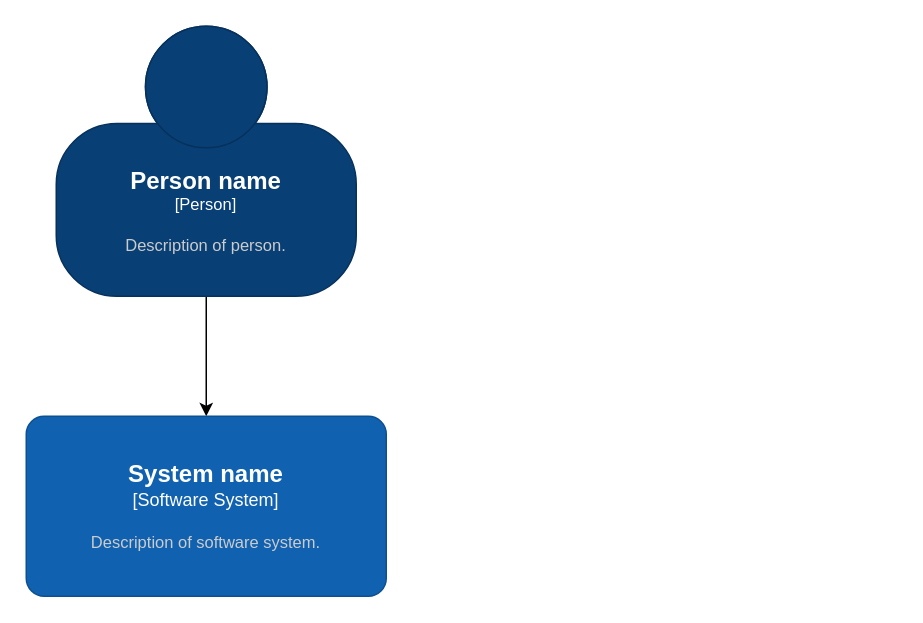
tsiangleo/notes keeps this draw.io diagram as 未命名绘图.drawio. Above is the earlier version. Source tidied: cells renumbered, new cells numbered last; positions are measured from the earlier drawing's top-left corner, leaving out a move shared by most shapes. Both pictures are drawn from the tidied source at 150%, with x=0, y=0 at pixel (26, 26).
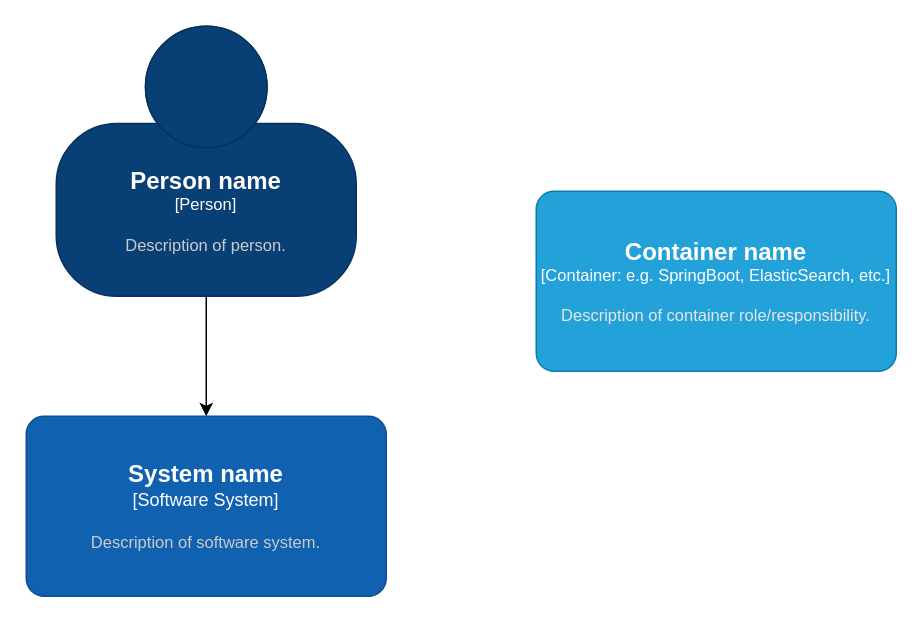
Above is the later version.

Change to the diagram source:
```diff
@@
 <mxGraphModel>
   <root>
     <mxCell id="0" />
     <mxCell id="1" parent="0" />
     <mxCell id="2" style="edgeStyle=orthogonalEdgeStyle;rounded=0;jettySize=auto;html=1;" parent="1" edge="1" source="3" target="4">
       <mxGeometry relative="1" as="geometry" />
     </mxCell>
     <object id="3" label="&lt;font style=&quot;font-size: 16px&quot;&gt;&lt;b&gt;%c4Name%&lt;/b&gt;&lt;/font&gt;&lt;div&gt;[%c4Type%]&lt;/div&gt;&lt;br&gt;&lt;div&gt;&lt;font style=&quot;font-size: 11px&quot;&gt;&lt;font color=&quot;#cccccc&quot;&gt;%c4Description%&lt;/font&gt;&lt;/div&gt;" c4Description="Description of person." c4Name="Person name" c4Type="Person" placeholders="1">
       <mxCell style="html=1;fontSize=11;dashed=0;whiteSpace=wrap;fillColor=#083F75;strokeColor=#06315C;fontColor=#ffffff;shape=mxgraph.c4.person2;align=center;points=[[0.5,0,0],[1,0.5,0],[1,0.75,0],[0.75,1,0],[0.5,1,0],[0.25,1,0],[0,0.75,0],[0,0.5,0]];" parent="1" vertex="1">
         <mxGeometry x="20" width="200" height="180" as="geometry" />
       </mxCell>
     </object>
     <object id="4" label="&lt;font style=&quot;font-size: 16px&quot;&gt;&lt;b&gt;%c4Name%&lt;/b&gt;&lt;/font&gt;&lt;div&gt;[%c4Type%]&lt;/div&gt;&lt;br&gt;&lt;div&gt;&lt;font style=&quot;font-size: 11px&quot;&gt;&lt;font color=&quot;#cccccc&quot;&gt;%c4Description%&lt;/font&gt;&lt;/div&gt;" c4Description="Description of software system." c4Name="System name" c4Type="Software System" placeholders="1">
       <mxCell style="rounded=1;whiteSpace=wrap;html=1;labelBackgroundColor=none;fillColor=#1061B0;fontColor=#ffffff;align=center;arcSize=10;strokeColor=#0D5091;points=[[0.25,0,0],[0.5,0,0],[0.75,0,0],[1,0.25,0],[1,0.5,0],[1,0.75,0],[0.75,1,0],[0.5,1,0],[0.25,1,0],[0,0.75,0],[0,0.5,0],[0,0.25,0]];" parent="1" vertex="1">
         <mxGeometry y="260" width="240" height="120" as="geometry" />
       </mxCell>
     </object>
+    <object id="5" label="&lt;font style=&quot;font-size: 16px&quot;&gt;&lt;b&gt;%c4Name%&lt;/b&gt;&lt;/font&gt;&lt;div&gt;[%c4Type%: %c4Technology%]&lt;/div&gt;&lt;br&gt;&lt;div&gt;&lt;font style=&quot;font-size: 11px&quot;&gt;&lt;font color=&quot;#E6E6E6&quot;&gt;%c4Description%&lt;/font&gt;&lt;/div&gt;" c4Description="Description of container role/responsibility." c4Name="Container name" c4Technology="e.g. SpringBoot, ElasticSearch, etc." c4Type="Container" placeholders="1">
+      <mxCell style="rounded=1;whiteSpace=wrap;html=1;fontSize=11;labelBackgroundColor=none;fillColor=#23A2D9;fontColor=#ffffff;align=center;arcSize=10;strokeColor=#0E7DAD;" parent="1" vertex="1">
+        <mxGeometry x="340" y="110" width="240" height="120" as="geometry" />
+      </mxCell>
+    </object>
   </root>
 </mxGraphModel>
```
